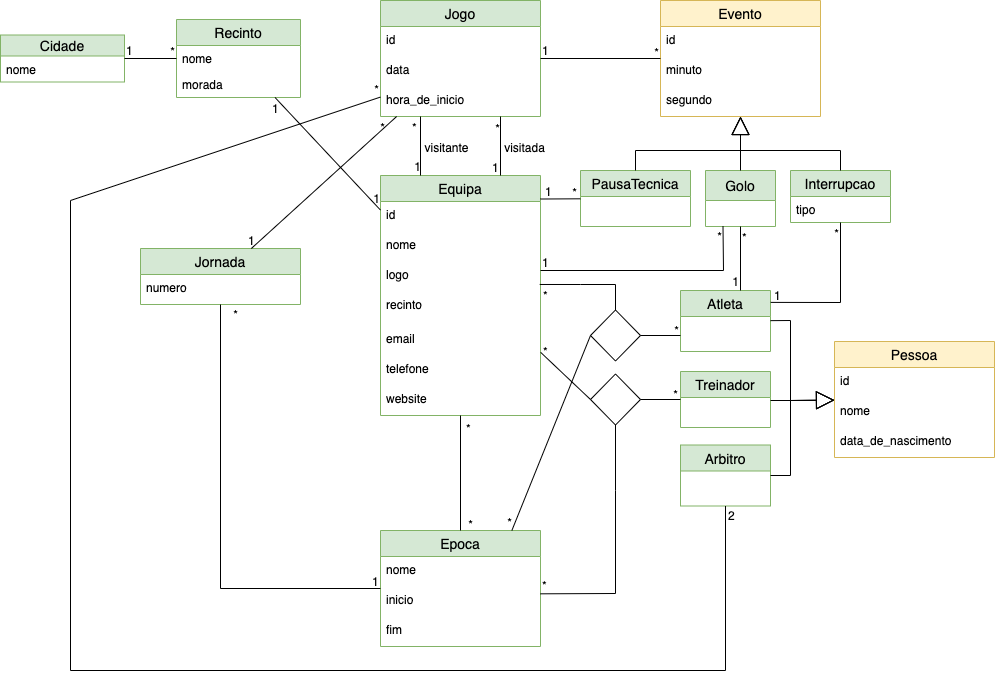
The draw.io diagram schema/UML.drawio.png in thePeras/BD_Handball_Database, before a commit. Source tidied: cells renumbered, new cells last; positions are measured from the earlier drawing's top-left corner, leaving out a move shared by most shapes.
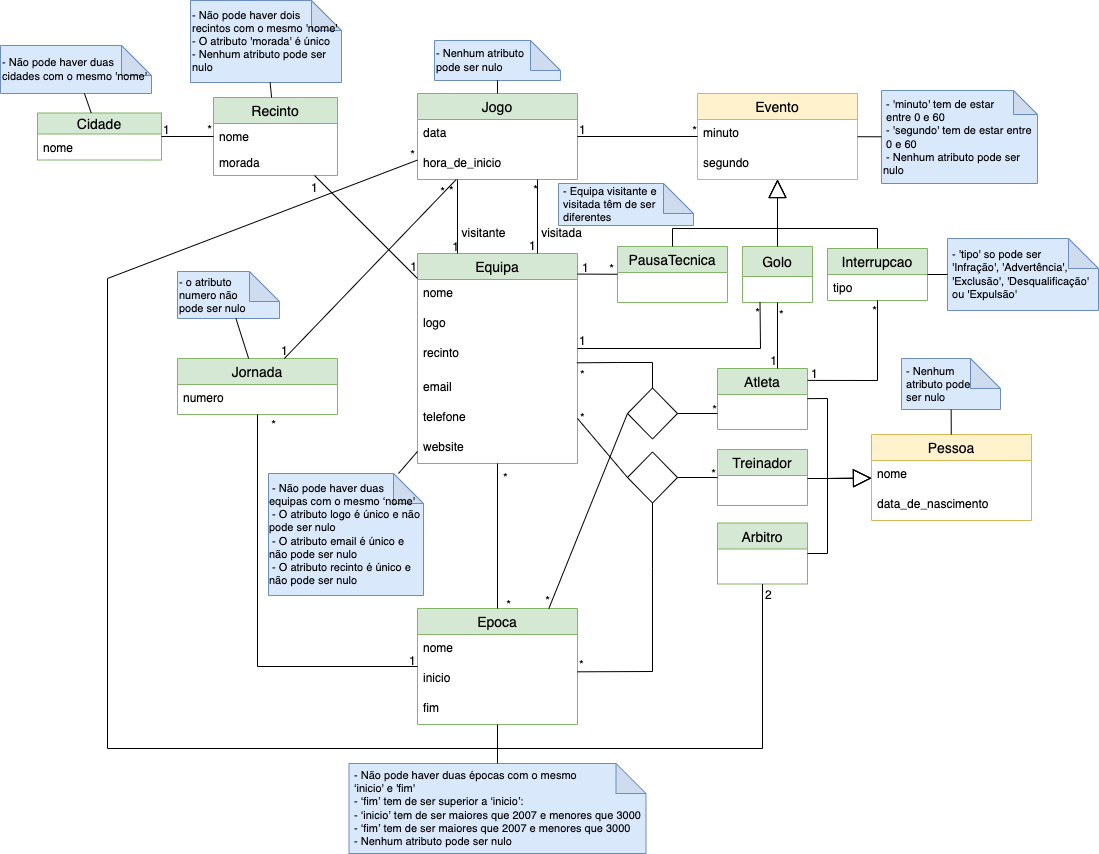
After the commit.

Commit message:
added restrictions to the uml

The edit, as a diff of the source:
```diff
@@ -3,7 +3,7 @@
     <mxCell id="0" />
     <mxCell id="1" parent="0" />
     <mxCell id="2" value="Jornada" style="swimlane;fontStyle=0;horizontal=1;startSize=26;align=center;fontSize=14;fillColor=#d5e8d4;strokeColor=#82b366;rounded=0;" parent="1" vertex="1">
-      <mxGeometry x="140" y="248" width="160" height="56" as="geometry" />
+      <mxGeometry x="140" y="280" width="160" height="56" as="geometry" />
     </mxCell>
     <mxCell id="3" value="numero" style="text;strokeColor=none;fillColor=none;spacingLeft=4;spacingRight=4;overflow=hidden;fontSize=12;rounded=0;" parent="2" vertex="1">
       <mxGeometry y="26" width="160" height="30" as="geometry" />
@@ -21,28 +21,22 @@
       <mxGeometry y="86" width="160" height="30" as="geometry" />
     </mxCell>
     <mxCell id="8" value="Jogo" style="swimlane;fontStyle=0;horizontal=1;startSize=26;align=center;fontSize=14;fillColor=#d5e8d4;strokeColor=#82b366;rounded=0;" parent="1" vertex="1">
-      <mxGeometry x="380" width="160" height="116" as="geometry" />
+      <mxGeometry x="380" y="15" width="160" height="86" as="geometry" />
     </mxCell>
-    <mxCell id="9" value="id" style="text;spacingLeft=4;spacingRight=4;overflow=hidden;fontSize=12;rounded=0;" parent="8" vertex="1">
-      <mxGeometry y="26" width="160" height="30" as="geometry" />
-    </mxCell>
     <mxCell id="10" value="data" style="text;spacingLeft=4;spacingRight=4;overflow=hidden;fontSize=12;rounded=0;" parent="8" vertex="1">
-      <mxGeometry y="56" width="160" height="30" as="geometry" />
+      <mxGeometry y="26" width="160" height="30" as="geometry" />
     </mxCell>
     <mxCell id="11" value="hora_de_inicio" style="text;spacingLeft=4;spacingRight=4;overflow=hidden;points=[[0,0.5],[1,0.5]];portConstraint=eastwest;fontSize=12;rounded=0;" parent="8" vertex="1">
-      <mxGeometry y="86" width="160" height="30" as="geometry" />
+      <mxGeometry y="56" width="160" height="30" as="geometry" />
     </mxCell>
     <mxCell id="12" value="Evento" style="swimlane;fontStyle=0;horizontal=1;startSize=26;align=center;fontSize=14;fillColor=#fff2cc;strokeColor=#d6b656;rounded=0;" parent="1" vertex="1">
-      <mxGeometry x="660" width="160" height="116" as="geometry" />
+      <mxGeometry x="660" y="15" width="160" height="86" as="geometry" />
     </mxCell>
-    <mxCell id="13" value="id" style="text;strokeColor=none;fillColor=none;spacingLeft=4;spacingRight=4;overflow=hidden;fontSize=12;rounded=0;" parent="12" vertex="1">
-      <mxGeometry y="26" width="160" height="30" as="geometry" />
-    </mxCell>
     <mxCell id="14" value="minuto" style="text;strokeColor=none;fillColor=none;spacingLeft=4;spacingRight=4;overflow=hidden;fontSize=12;rounded=0;" parent="12" vertex="1">
-      <mxGeometry y="56" width="160" height="30" as="geometry" />
+      <mxGeometry y="26" width="160" height="30" as="geometry" />
     </mxCell>
     <mxCell id="15" value="segundo" style="text;strokeColor=none;fillColor=none;spacingLeft=4;spacingRight=4;overflow=hidden;fontSize=12;rounded=0;" parent="12" vertex="1">
-      <mxGeometry y="86" width="160" height="30" as="geometry" />
+      <mxGeometry y="56" width="160" height="30" as="geometry" />
     </mxCell>
     <mxCell id="16" value="Interrupcao" style="swimlane;fontStyle=0;horizontal=1;startSize=26;align=center;fontSize=14;fillColor=#d5e8d4;strokeColor=#82b366;rounded=0;" parent="1" vertex="1">
       <mxGeometry x="790" y="170" width="100" height="52" as="geometry" />
@@ -69,16 +63,13 @@
       <mxGeometry y="21" width="124" height="26" as="geometry" />
     </mxCell>
     <mxCell id="24" value="Pessoa" style="swimlane;fontStyle=0;horizontal=1;startSize=26;align=center;fontSize=14;fillColor=#fff2cc;strokeColor=#d6b656;rounded=0;" parent="1" vertex="1">
-      <mxGeometry x="834" y="341" width="160" height="116" as="geometry" />
+      <mxGeometry x="834" y="356" width="160" height="86" as="geometry" />
     </mxCell>
-    <mxCell id="25" value="id" style="text;strokeColor=none;fillColor=none;spacingLeft=4;spacingRight=4;overflow=hidden;fontSize=12;rounded=0;" parent="24" vertex="1">
-      <mxGeometry y="26" width="160" height="30" as="geometry" />
-    </mxCell>
     <mxCell id="26" value="nome" style="text;strokeColor=none;fillColor=none;spacingLeft=4;spacingRight=4;overflow=hidden;fontSize=12;rounded=0;" parent="24" vertex="1">
-      <mxGeometry y="56" width="160" height="30" as="geometry" />
+      <mxGeometry y="26" width="160" height="30" as="geometry" />
     </mxCell>
     <mxCell id="27" value="data_de_nascimento&#10;" style="text;strokeColor=none;fillColor=none;spacingLeft=4;spacingRight=4;overflow=hidden;fontSize=12;rounded=0;" parent="24" vertex="1">
-      <mxGeometry y="86" width="160" height="30" as="geometry" />
+      <mxGeometry y="56" width="160" height="30" as="geometry" />
     </mxCell>
     <mxCell id="28" value="Atleta" style="swimlane;fontStyle=0;horizontal=1;startSize=26;align=center;fontSize=14;fillColor=#d5e8d4;strokeColor=#82b366;rounded=0;" parent="1" vertex="1">
       <mxGeometry x="680" y="290" width="90" height="61" as="geometry" />
@@ -87,37 +78,34 @@
       <mxGeometry x="680" y="371" width="90" height="56" as="geometry" />
     </mxCell>
     <mxCell id="30" value="Equipa" style="swimlane;fontStyle=0;horizontal=1;startSize=26;align=center;fontSize=14;fillColor=#d5e8d4;strokeColor=#82b366;rounded=0;" parent="1" vertex="1">
-      <mxGeometry x="380" y="175" width="160" height="240" as="geometry" />
+      <mxGeometry x="380" y="175" width="160" height="210" as="geometry" />
     </mxCell>
-    <mxCell id="31" value="id" style="text;strokeColor=none;fillColor=none;spacingLeft=4;spacingRight=4;overflow=hidden;fontSize=12;rounded=0;" parent="30" vertex="1">
-      <mxGeometry y="26" width="160" height="30" as="geometry" />
-    </mxCell>
     <mxCell id="32" value="nome" style="text;strokeColor=none;fillColor=none;spacingLeft=4;spacingRight=4;overflow=hidden;fontSize=12;rounded=0;" parent="30" vertex="1">
-      <mxGeometry y="56" width="160" height="30" as="geometry" />
+      <mxGeometry y="26" width="160" height="30" as="geometry" />
     </mxCell>
     <mxCell id="33" value="logo" style="text;strokeColor=none;fillColor=none;spacingLeft=4;spacingRight=4;overflow=hidden;points=[[0,0.5],[1,0.5]];portConstraint=eastwest;fontSize=12;rounded=0;" parent="30" vertex="1">
-      <mxGeometry y="86" width="160" height="30" as="geometry" />
+      <mxGeometry y="56" width="160" height="30" as="geometry" />
     </mxCell>
     <mxCell id="34" value="recinto" style="text;strokeColor=none;fillColor=none;spacingLeft=4;spacingRight=4;overflow=hidden;points=[[0,0.5],[1,0.5]];portConstraint=eastwest;fontSize=12;rounded=0;" parent="30" vertex="1">
-      <mxGeometry y="116" width="160" height="34" as="geometry" />
+      <mxGeometry y="86" width="160" height="34" as="geometry" />
     </mxCell>
     <mxCell id="35" value="email" style="text;strokeColor=none;fillColor=none;spacingLeft=4;spacingRight=4;overflow=hidden;points=[[0,0.5],[1,0.5]];portConstraint=eastwest;fontSize=12;rounded=0;" parent="30" vertex="1">
-      <mxGeometry y="150" width="160" height="30" as="geometry" />
+      <mxGeometry y="120" width="160" height="30" as="geometry" />
     </mxCell>
     <mxCell id="36" value="telefone" style="text;strokeColor=none;fillColor=none;spacingLeft=4;spacingRight=4;overflow=hidden;points=[[0,0.5],[1,0.5]];portConstraint=eastwest;fontSize=12;rounded=0;" parent="30" vertex="1">
-      <mxGeometry y="180" width="160" height="30" as="geometry" />
+      <mxGeometry y="150" width="160" height="30" as="geometry" />
     </mxCell>
     <mxCell id="37" value="website" style="text;strokeColor=none;fillColor=none;spacingLeft=4;spacingRight=4;overflow=hidden;points=[[0,0.5],[1,0.5]];portConstraint=eastwest;fontSize=12;rounded=0;" parent="30" vertex="1">
-      <mxGeometry y="210" width="160" height="30" as="geometry" />
+      <mxGeometry y="180" width="160" height="30" as="geometry" />
     </mxCell>
     <mxCell id="38" value="Arbitro" style="swimlane;fontStyle=0;horizontal=1;startSize=26;align=center;fontSize=14;fillColor=#d5e8d4;strokeColor=#82b366;rounded=0;" parent="1" vertex="1">
       <mxGeometry x="680" y="444.5" width="90" height="61" as="geometry" />
     </mxCell>
     <mxCell id="39" value="PausaTecnica" style="swimlane;fontStyle=0;horizontal=1;startSize=26;align=center;fontSize=14;fillColor=#d5e8d4;strokeColor=#82b366;rounded=0;" parent="1" vertex="1">
-      <mxGeometry x="580" y="170" width="110" height="56" as="geometry" />
+      <mxGeometry x="580" y="168" width="110" height="56" as="geometry" />
     </mxCell>
     <mxCell id="40" value="Golo" style="swimlane;fontStyle=0;horizontal=1;startSize=30;align=center;fontSize=14;verticalAlign=middle;fillColor=#d5e8d4;strokeColor=#82b366;rounded=0;" parent="1" vertex="1">
-      <mxGeometry x="705" y="170" width="70" height="56" as="geometry" />
+      <mxGeometry x="705" y="168" width="70" height="56" as="geometry" />
     </mxCell>
     <mxCell id="41" style="rhombus;whiteSpace=wrap;html=1;rounded=0;" parent="1" vertex="1">
       <mxGeometry x="590" y="373.5" width="50" height="51" as="geometry" />
@@ -362,7 +350,7 @@
         <mxPoint x="-3" y="3" as="offset" />
       </mxGeometry>
     </mxCell>
-    <mxCell id="89" style="endArrow=none;html=1;rounded=0;entryX=0;entryY=0.5;entryDx=0;entryDy=0;exitX=1.001;exitY=0.895;exitDx=0;exitDy=0;exitPerimeter=0;" parent="1" edge="1" source="35" target="41">
+    <mxCell id="89" style="endArrow=none;html=1;rounded=0;entryX=0;entryY=0.5;entryDx=0;entryDy=0;exitX=1;exitY=0.5;exitDx=0;exitDy=0;" parent="1" edge="1" source="36" target="41">
       <mxGeometry relative="1" as="geometry" />
     </mxCell>
     <mxCell id="90" value="*" style="html=1;align=left;verticalAlign=bottom;rounded=0;" parent="89" vertex="1">
@@ -370,7 +358,7 @@
         <mxPoint x="1" y="7" as="offset" />
       </mxGeometry>
     </mxCell>
-    <mxCell id="91" style="endArrow=none;html=1;rounded=0;exitX=0.995;exitY=0.766;exitDx=0;exitDy=0;exitPerimeter=0;" parent="1" edge="1" source="33" target="42">
+    <mxCell id="91" style="endArrow=none;html=1;rounded=0;exitX=0.996;exitY=0.686;exitDx=0;exitDy=0;exitPerimeter=0;" parent="1" edge="1" source="34" target="42">
       <mxGeometry relative="1" as="geometry">
         <Array as="points">
           <mxPoint x="580" y="284" />
@@ -400,10 +388,10 @@
       <mxGeometry x="1" relative="1" as="geometry" />
     </mxCell>
     <mxCell id="97" value="visitante" style="text;html=1;align=center;verticalAlign=middle;strokeColor=none;fillColor=none;rounded=0;" parent="1" vertex="1">
-      <mxGeometry x="411" y="133" width="70" height="30" as="geometry" />
+      <mxGeometry x="411" y="140" width="70" height="30" as="geometry" />
     </mxCell>
     <mxCell id="98" value="visitada" style="text;html=1;align=center;verticalAlign=middle;strokeColor=none;fillColor=none;rounded=0;" parent="1" vertex="1">
-      <mxGeometry x="494" y="133" width="60" height="30" as="geometry" />
+      <mxGeometry x="494" y="140" width="60" height="30" as="geometry" />
     </mxCell>
     <mxCell id="99" style="endArrow=none;html=1;rounded=0;" parent="1" edge="1" source="37" target="4">
       <mxGeometry relative="1" as="geometry" />
@@ -418,5 +406,62 @@
         <mxPoint x="12" y="3" as="offset" />
       </mxGeometry>
     </mxCell>
+    <mxCell id="102" value="&lt;div style=&quot;text-align: left ; font-size: 11px&quot;&gt;&lt;span style=&quot;font-family: sans-serif&quot;&gt;&lt;font style=&quot;font-size: 11px&quot;&gt;- Não pode haver duas épocas com o mesmo&amp;nbsp;&lt;/font&gt;&lt;/span&gt;&lt;/div&gt;&lt;div style=&quot;text-align: left ; font-size: 11px&quot;&gt;&lt;span style=&quot;font-family: sans-serif&quot;&gt;&lt;font style=&quot;font-size: 11px&quot;&gt;‘inicio'&amp;nbsp;&lt;/font&gt;&lt;/span&gt;&lt;span style=&quot;font-family: sans-serif&quot;&gt;e 'fim'&lt;/span&gt;&lt;/div&gt;&lt;font style=&quot;font-size: 11px&quot;&gt;&lt;span style=&quot;font-family: sans-serif&quot;&gt;&lt;div style=&quot;text-align: left&quot;&gt;&lt;span&gt;-&amp;nbsp;&lt;/span&gt;‘fim’ tem de ser superior a ‘inicio’:&lt;/div&gt;&lt;/span&gt;&lt;span style=&quot;font-family: sans-serif&quot;&gt;&lt;div style=&quot;text-align: left&quot;&gt;&lt;span&gt;-&amp;nbsp;&lt;/span&gt;‘inicio’ tem de ser maiores que 2007 e menores que 3000&lt;/div&gt;&lt;/span&gt;&lt;span style=&quot;font-family: sans-serif&quot;&gt;&lt;div style=&quot;text-align: left&quot;&gt;&lt;span&gt;-&amp;nbsp;&lt;/span&gt;‘fim’ tem de ser maiores que 2007 e menores que 3000&lt;/div&gt;&lt;div style=&quot;text-align: left&quot;&gt;- Nenhum atributo pode ser nulo&lt;/div&gt;&lt;/span&gt;&lt;/font&gt;" style="shape=note;whiteSpace=wrap;html=1;backgroundOutline=1;darkOpacity=0.05;fillColor=#dae8fc;strokeColor=#6c8ebf;" parent="1" vertex="1">
+      <mxGeometry x="311.5" y="685" width="297" height="90" as="geometry" />
+    </mxCell>
+    <mxCell id="103" value="&lt;div style=&quot;text-align: left ; font-size: 11px&quot;&gt;&lt;font style=&quot;font-size: 11px&quot;&gt;&lt;span style=&quot;font-family: sans-serif&quot;&gt;&amp;nbsp;- Não pode haver duas equipas com o mesmo ‘nome'&lt;/span&gt;&lt;br&gt;&lt;/font&gt;&lt;/div&gt;&lt;div style=&quot;text-align: left ; font-size: 11px&quot;&gt;&lt;font style=&quot;font-size: 11px&quot;&gt;&lt;span style=&quot;font-family: sans-serif&quot;&gt;&amp;nbsp;- O atributo logo é único e não pode ser nulo&lt;/span&gt;&lt;span style=&quot;font-family: sans-serif&quot;&gt;&lt;br&gt;&lt;/span&gt;&lt;/font&gt;&lt;/div&gt;&lt;div style=&quot;text-align: left ; font-size: 11px&quot;&gt;&lt;font style=&quot;font-size: 11px&quot;&gt;&lt;span style=&quot;font-family: sans-serif&quot;&gt;&amp;nbsp;- O atributo email é único e não pode ser nulo&lt;/span&gt;&lt;span style=&quot;font-family: sans-serif&quot;&gt;&lt;br&gt;&lt;/span&gt;&lt;/font&gt;&lt;/div&gt;&lt;div style=&quot;text-align: left ; font-size: 11px&quot;&gt;&lt;span style=&quot;font-family: sans-serif&quot;&gt;&lt;font style=&quot;font-size: 11px&quot;&gt;&amp;nbsp;- O atributo recinto é único e não pode ser nulo&lt;/font&gt;&lt;/span&gt;&lt;/div&gt;" style="shape=note;whiteSpace=wrap;html=1;backgroundOutline=1;darkOpacity=0.05;fillColor=#dae8fc;strokeColor=#6c8ebf;" parent="1" vertex="1">
+      <mxGeometry x="231" y="395" width="155" height="122" as="geometry" />
+    </mxCell>
+    <mxCell id="104" value="&lt;div style=&quot;font-size: 11px&quot;&gt;&lt;span style=&quot;font-family: sans-serif&quot;&gt;&amp;nbsp;- Nenhum&amp;nbsp;&lt;/span&gt;&lt;/div&gt;&lt;div style=&quot;font-size: 11px&quot;&gt;&lt;span style=&quot;font-family: sans-serif&quot;&gt;&amp;nbsp;atributo pode&lt;/span&gt;&lt;/div&gt;&lt;div style=&quot;font-size: 11px&quot;&gt;&lt;span style=&quot;font-family: sans-serif&quot;&gt;&amp;nbsp;ser nulo&lt;/span&gt;&lt;/div&gt;" style="shape=note;whiteSpace=wrap;html=1;backgroundOutline=1;darkOpacity=0.05;fillColor=#dae8fc;strokeColor=#6c8ebf;align=left;" parent="1" vertex="1">
+      <mxGeometry x="864" y="280" width="99" height="51" as="geometry" />
+    </mxCell>
+    <mxCell id="105" value="&lt;div style=&quot;font-size: 11px&quot;&gt;&lt;span style=&quot;font-family: sans-serif&quot;&gt;&amp;nbsp;- 'minuto' tem de estar&amp;nbsp;&lt;/span&gt;&lt;/div&gt;&lt;div style=&quot;font-size: 11px&quot;&gt;&lt;span style=&quot;font-family: sans-serif&quot;&gt;&amp;nbsp;entre 0 e 60&lt;/span&gt;&lt;br&gt;&lt;/div&gt;&lt;div style=&quot;font-size: 11px&quot;&gt;&lt;font face=&quot;sans-serif&quot;&gt;&amp;nbsp;- 'segundo' tem de estar entre&amp;nbsp; &amp;nbsp;0 e 60&lt;/font&gt;&lt;/div&gt;&lt;div style=&quot;font-size: 11px&quot;&gt;&lt;font face=&quot;sans-serif&quot;&gt;&amp;nbsp;- Nenhum atributo pode ser nulo&lt;/font&gt;&lt;/div&gt;" style="shape=note;whiteSpace=wrap;html=1;backgroundOutline=1;darkOpacity=0.05;fillColor=#dae8fc;strokeColor=#6c8ebf;align=left;size=24;" parent="1" vertex="1">
+      <mxGeometry x="844" y="12" width="156" height="93" as="geometry" />
+    </mxCell>
+    <mxCell id="106" value="&lt;div style=&quot;font-size: 11px&quot;&gt;&lt;font face=&quot;sans-serif&quot;&gt;&amp;nbsp;- 'tipo' so pode ser&amp;nbsp;&lt;/font&gt;&lt;/div&gt;&lt;div style=&quot;font-size: 11px&quot;&gt;&lt;font face=&quot;sans-serif&quot;&gt;&amp;nbsp;'Infração', 'Advertência',&amp;nbsp; &amp;nbsp;'Exclusão', 'Desqualificação'&amp;nbsp; &amp;nbsp;ou 'Expulsão'&lt;/font&gt;&lt;/div&gt;" style="shape=note;whiteSpace=wrap;html=1;backgroundOutline=1;darkOpacity=0.05;fillColor=#dae8fc;strokeColor=#6c8ebf;align=left;" parent="1" vertex="1">
+      <mxGeometry x="910" y="160" width="151" height="72" as="geometry" />
+    </mxCell>
+    <mxCell id="107" value="&lt;div style=&quot;font-size: 11px&quot;&gt;&lt;font face=&quot;sans-serif&quot;&gt;- Não pode haver dois recintos com o mesmo 'nome'&lt;/font&gt;&lt;/div&gt;&lt;div style=&quot;font-size: 11px&quot;&gt;&lt;font face=&quot;sans-serif&quot;&gt;- O atributo 'morada' é único&lt;/font&gt;&lt;/div&gt;&lt;div style=&quot;font-size: 11px&quot;&gt;&lt;font face=&quot;sans-serif&quot;&gt;- Nenhum atributo pode ser nulo&lt;/font&gt;&lt;/div&gt;" style="shape=note;whiteSpace=wrap;html=1;backgroundOutline=1;darkOpacity=0.05;fillColor=#dae8fc;strokeColor=#6c8ebf;align=left;" parent="1" vertex="1">
+      <mxGeometry x="153" y="-78" width="151" height="82" as="geometry" />
+    </mxCell>
+    <mxCell id="108" value="&lt;div style=&quot;font-size: 11px&quot;&gt;&lt;font face=&quot;sans-serif&quot;&gt;- Não pode haver duas cidades com o mesmo 'nome'&lt;/font&gt;&lt;/div&gt;" style="shape=note;whiteSpace=wrap;html=1;backgroundOutline=1;darkOpacity=0.05;fillColor=#dae8fc;strokeColor=#6c8ebf;align=left;" parent="1" vertex="1">
+      <mxGeometry x="-37" y="-33" width="151" height="48" as="geometry" />
+    </mxCell>
+    <mxCell id="109" value="&lt;div style=&quot;font-size: 11px&quot;&gt;&lt;span style=&quot;font-family: sans-serif&quot;&gt;- Nenhum atributo&amp;nbsp;&lt;/span&gt;&lt;/div&gt;&lt;div style=&quot;font-size: 11px&quot;&gt;&lt;span style=&quot;font-family: sans-serif&quot;&gt;pode&amp;nbsp;&lt;/span&gt;&lt;span style=&quot;font-family: sans-serif&quot;&gt;ser nulo&lt;/span&gt;&lt;/div&gt;" style="shape=note;whiteSpace=wrap;html=1;backgroundOutline=1;darkOpacity=0.05;fillColor=#dae8fc;strokeColor=#6c8ebf;align=left;" parent="1" vertex="1">
+      <mxGeometry x="397" y="-38" width="126" height="40" as="geometry" />
+    </mxCell>
+    <mxCell id="110" value="&lt;div style=&quot;font-size: 11px&quot;&gt;&lt;span style=&quot;font-family: sans-serif&quot;&gt;&amp;nbsp;- Equipa visitante e&amp;nbsp; &amp;nbsp;visitada têm de ser&amp;nbsp;&lt;/span&gt;&lt;/div&gt;&lt;div style=&quot;font-size: 11px&quot;&gt;&lt;font face=&quot;sans-serif&quot;&gt;&amp;nbsp;diferentes&lt;/font&gt;&lt;/div&gt;" style="shape=note;whiteSpace=wrap;html=1;backgroundOutline=1;darkOpacity=0.05;fillColor=#dae8fc;strokeColor=#6c8ebf;align=left;" parent="1" vertex="1">
+      <mxGeometry x="521" y="105" width="135" height="42" as="geometry" />
+    </mxCell>
+    <mxCell id="111" value="&lt;div style=&quot;font-size: 11px&quot;&gt;&lt;font face=&quot;sans-serif&quot;&gt;- o atributo&amp;nbsp;&lt;/font&gt;&lt;/div&gt;&lt;div style=&quot;font-size: 11px&quot;&gt;&lt;font face=&quot;sans-serif&quot;&gt;numero não&amp;nbsp;&lt;/font&gt;&lt;/div&gt;&lt;div style=&quot;font-size: 11px&quot;&gt;&lt;span style=&quot;font-family: sans-serif&quot;&gt;pode ser nulo&lt;/span&gt;&lt;br&gt;&lt;/div&gt;" style="shape=note;whiteSpace=wrap;html=1;backgroundOutline=1;darkOpacity=0.05;fillColor=#dae8fc;strokeColor=#6c8ebf;align=left;" parent="1" vertex="1">
+      <mxGeometry x="140" y="193" width="102" height="47" as="geometry" />
+    </mxCell>
+    <mxCell id="112" style="endArrow=none;html=1;fontSize=11;fontColor=#000000;" parent="1" edge="1" source="108" target="22">
+      <mxGeometry relative="1" as="geometry" />
+    </mxCell>
+    <mxCell id="113" style="endArrow=none;html=1;fontSize=11;fontColor=#000000;" parent="1" edge="1" source="107" target="18">
+      <mxGeometry relative="1" as="geometry" />
+    </mxCell>
+    <mxCell id="114" style="endArrow=none;html=1;fontSize=11;fontColor=#000000;" parent="1" edge="1" source="109" target="8">
+      <mxGeometry relative="1" as="geometry" />
+    </mxCell>
+    <mxCell id="115" style="endArrow=none;html=1;fontSize=11;fontColor=#000000;" parent="1" edge="1" source="12" target="105">
+      <mxGeometry relative="1" as="geometry" />
+    </mxCell>
+    <mxCell id="116" style="endArrow=none;html=1;fontSize=11;fontColor=#000000;" parent="1" edge="1" source="16" target="106">
+      <mxGeometry relative="1" as="geometry" />
+    </mxCell>
+    <mxCell id="117" style="endArrow=none;html=1;fontSize=11;fontColor=#000000;" parent="1" edge="1" source="24" target="104">
+      <mxGeometry relative="1" as="geometry" />
+    </mxCell>
+    <mxCell id="118" style="endArrow=none;html=1;fontSize=11;fontColor=#000000;" parent="1" edge="1" source="102" target="4">
+      <mxGeometry relative="1" as="geometry" />
+    </mxCell>
+    <mxCell id="119" style="endArrow=none;html=1;fontSize=11;fontColor=#000000;" parent="1" edge="1" source="103" target="30">
+      <mxGeometry relative="1" as="geometry" />
+    </mxCell>
+    <mxCell id="120" style="endArrow=none;html=1;fontSize=11;fontColor=#000000;" parent="1" edge="1" source="111" target="2">
+      <mxGeometry relative="1" as="geometry" />
+    </mxCell>
   </root>
 </mxGraphModel>
```
